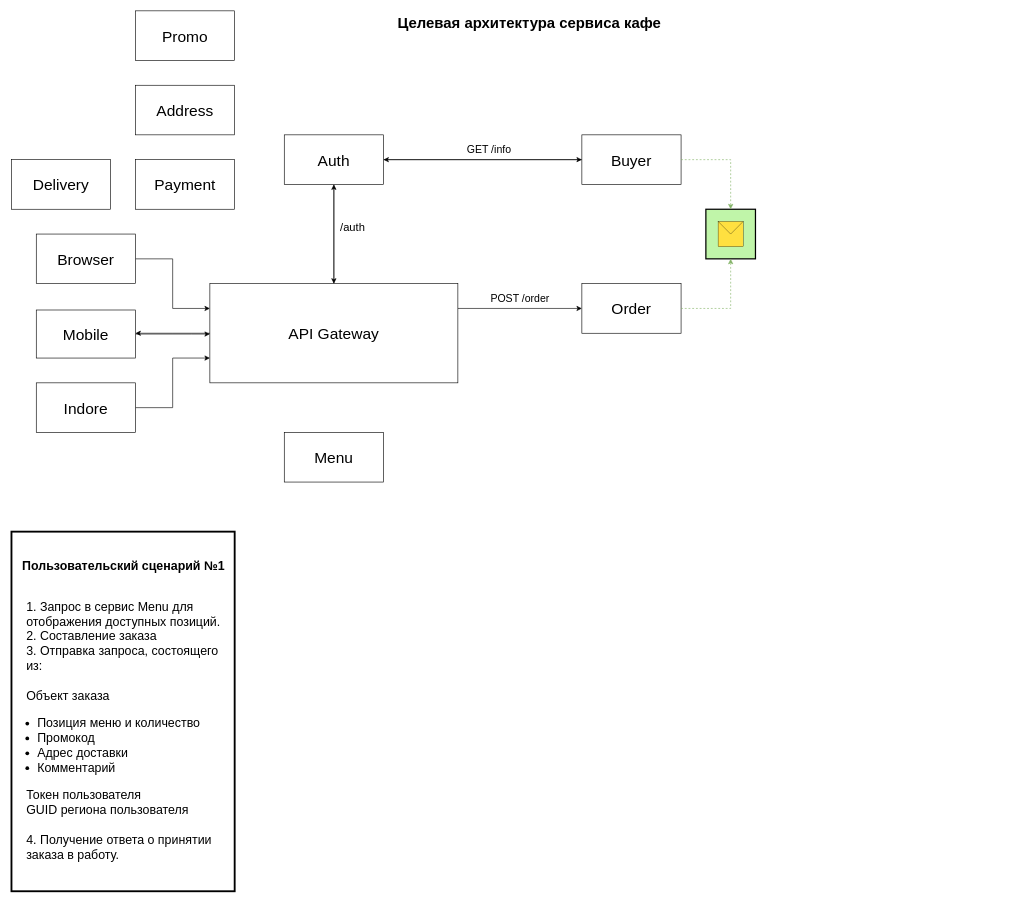
Iossarian/otus_microservice_architecture keeps this draw.io diagram as Диаграмма без названия.drawio. Above is the earlier version. Source tidied: cells renumbered, new cells numbered last; positions are measured from the earlier drawing's top-left corner, leaving out a move shared by most shapes. Both pictures are drawn from the tidied source at 62%, with x=0, y=0 at pixel (11, 11).
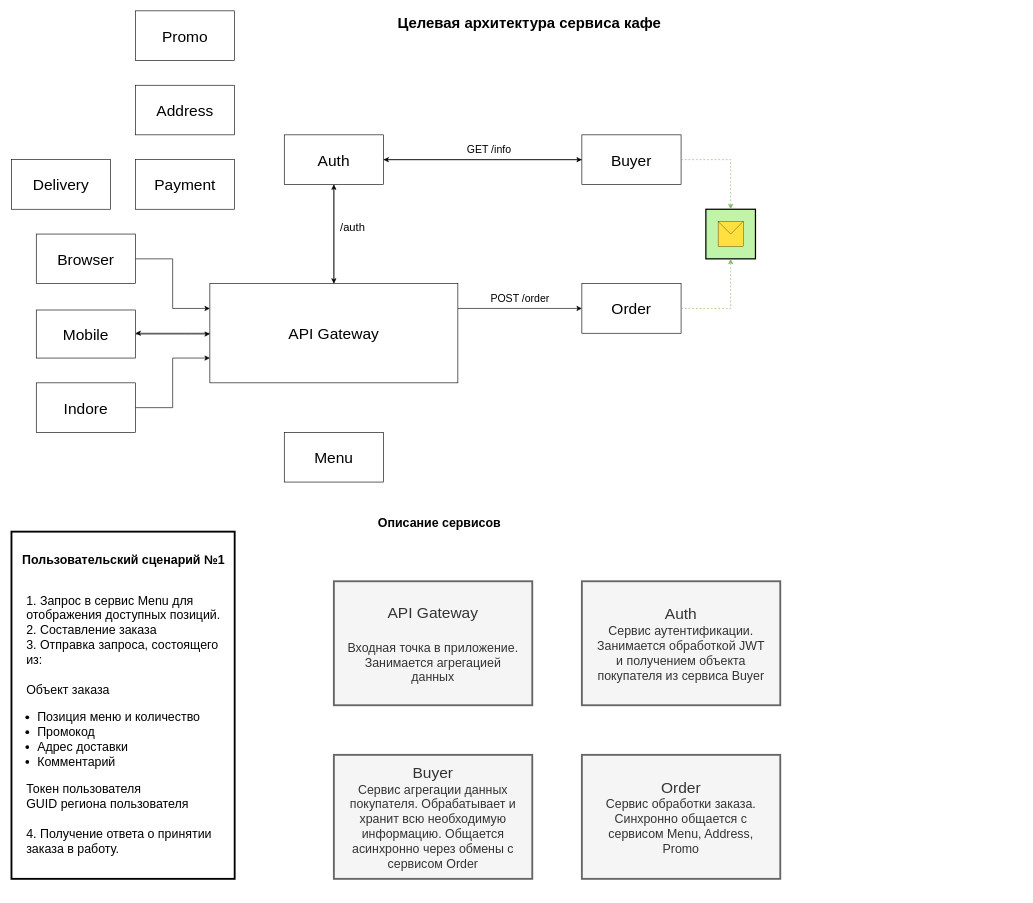
Above is the later version.

Diff of the diagram source:
```diff
@@
     <mxCell id="30" value="&lt;h1 style=&quot;text-align: center;&quot;&gt;&lt;span style=&quot;font-size: 20px;&quot;&gt;Пользовательский сценарий №1&lt;/span&gt;&lt;/h1&gt;&lt;div&gt;&lt;span style=&quot;font-size: 20px;&quot;&gt;&lt;br&gt;&lt;/span&gt;&lt;/div&gt;&lt;div style=&quot;&quot;&gt;&lt;span style=&quot;font-size: 20px;&quot;&gt;&amp;nbsp; &amp;nbsp; 1. Запрос в сервис Menu для&amp;nbsp; &amp;nbsp; &amp;nbsp; &amp;nbsp; &amp;nbsp; &amp;nbsp; &amp;nbsp; &amp;nbsp; отображения доступных позиций.&lt;/span&gt;&lt;/div&gt;&lt;div style=&quot;&quot;&gt;&lt;span style=&quot;font-size: 20px;&quot;&gt;&amp;nbsp; &amp;nbsp; 2. Составление заказа&lt;/span&gt;&lt;/div&gt;&lt;div style=&quot;&quot;&gt;&lt;span style=&quot;font-size: 20px;&quot;&gt;&amp;nbsp; &amp;nbsp; 3. Отправка запроса, состоящего&amp;nbsp; &amp;nbsp; &amp;nbsp; &amp;nbsp; из:&lt;br&gt;&lt;br&gt;&amp;nbsp; &amp;nbsp; Объект заказа&lt;br&gt;&lt;ul&gt;&lt;li&gt;&lt;span style=&quot;font-size: 20px;&quot;&gt;Позиция меню и количество&lt;/span&gt;&lt;/li&gt;&lt;li&gt;&lt;span style=&quot;font-size: 20px;&quot;&gt;Промокод&lt;/span&gt;&lt;/li&gt;&lt;li&gt;&lt;span style=&quot;font-size: 20px;&quot;&gt;Адрес доставки&lt;/span&gt;&lt;/li&gt;&lt;li&gt;&lt;span style=&quot;font-size: 20px;&quot;&gt;Комментарий&lt;/span&gt;&lt;/li&gt;&lt;/ul&gt;&lt;div&gt;&amp;nbsp; &amp;nbsp; Токен пользователя&lt;br&gt;&amp;nbsp; &amp;nbsp; GUID региона пользователя&lt;/div&gt;&lt;div&gt;&lt;br&gt;&lt;/div&gt;&lt;div&gt;&amp;nbsp; &amp;nbsp; 4. Получение ответа о принятии&amp;nbsp; &amp;nbsp; &amp;nbsp; &amp;nbsp; &amp;nbsp; заказа в работу.&lt;/div&gt;&lt;br&gt;&lt;/span&gt;&lt;/div&gt;" style="rounded=0;whiteSpace=wrap;html=1;perimeterSpacing=9;strokeWidth=3;align=left;" parent="1" vertex="1">
-      <mxGeometry y="840" width="360" height="580" as="geometry" />
+      <mxGeometry y="840" width="360" height="560" as="geometry" />
     </mxCell>
+    <mxCell id="31" value="&lt;h1&gt;&lt;font style=&quot;font-size: 20px;&quot;&gt;Описание сервисов&lt;/font&gt;&lt;/h1&gt;" style="text;html=1;align=center;verticalAlign=middle;strokeColor=none;fillColor=none;" parent="1" vertex="1">
+      <mxGeometry x="580" y="790" width="220" height="70" as="geometry" />
+    </mxCell>
+    <mxCell id="32" value="&lt;span style=&quot;font-size: 25px;&quot;&gt;API Gateway&lt;/span&gt;&lt;div&gt;&lt;span style=&quot;font-size: 25px;&quot;&gt;&lt;br&gt;&lt;/span&gt;&lt;/div&gt;&lt;div style=&quot;&quot;&gt;&lt;span style=&quot;font-size: 20px;&quot;&gt;Входная точка&lt;/span&gt;&lt;font style=&quot;font-size: 20px;&quot;&gt;&amp;nbsp;в приложение. Занимается агрегацией данных&lt;/font&gt;&lt;/div&gt;" style="rounded=0;whiteSpace=wrap;html=1;align=center;fixedWidth=0;perimeterSpacing=5;strokeWidth=3;fillColor=#f5f5f5;fontColor=#333333;strokeColor=#666666;spacingTop=10;spacing=10;spacingLeft=10;spacingBottom=10;spacingRight=10;" parent="1" vertex="1">
+      <mxGeometry x="520" y="920" width="320" height="200" as="geometry" />
+    </mxCell>
+    <mxCell id="33" value="&lt;div&gt;&lt;span style=&quot;font-size: 25px;&quot;&gt;Auth&lt;/span&gt;&lt;/div&gt;&lt;div style=&quot;&quot;&gt;&lt;span style=&quot;font-size: 20px;&quot;&gt;Сервис аутентификации. Занимается обработкой JWT и получением объекта покупателя из сервиса Buyer&lt;/span&gt;&lt;/div&gt;" style="rounded=0;whiteSpace=wrap;html=1;align=center;fixedWidth=0;perimeterSpacing=5;strokeWidth=3;fillColor=#f5f5f5;fontColor=#333333;strokeColor=#666666;spacingTop=10;spacing=10;spacingLeft=10;spacingBottom=10;spacingRight=10;" parent="1" vertex="1">
+      <mxGeometry x="920" y="920" width="320" height="200" as="geometry" />
+    </mxCell>
+    <mxCell id="34" value="&lt;div&gt;&lt;span style=&quot;font-size: 25px;&quot;&gt;Buyer&lt;/span&gt;&lt;/div&gt;&lt;div style=&quot;&quot;&gt;&lt;span style=&quot;font-size: 20px;&quot;&gt;Сервис агрегации данных покупателя. Обрабатывает и хранит всю необходимую информацию. Общается асинхронно через обмены с сервисом Order&lt;/span&gt;&lt;/div&gt;" style="rounded=0;whiteSpace=wrap;html=1;align=center;fixedWidth=0;perimeterSpacing=5;strokeWidth=3;fillColor=#f5f5f5;fontColor=#333333;strokeColor=#666666;spacingTop=10;spacing=10;spacingLeft=10;spacingBottom=10;spacingRight=10;" parent="1" vertex="1">
+      <mxGeometry x="520" y="1200" width="320" height="200" as="geometry" />
+    </mxCell>
+    <mxCell id="35" value="&lt;div&gt;&lt;span style=&quot;font-size: 25px;&quot;&gt;Order&lt;/span&gt;&lt;/div&gt;&lt;div style=&quot;&quot;&gt;&lt;span style=&quot;font-size: 20px;&quot;&gt;Сервис обработки заказа. Синхронно общается с сервисом Menu, Address, Promo&lt;/span&gt;&lt;/div&gt;" style="rounded=0;whiteSpace=wrap;html=1;align=center;fixedWidth=0;perimeterSpacing=5;strokeWidth=3;fillColor=#f5f5f5;fontColor=#333333;strokeColor=#666666;spacingTop=10;spacing=10;spacingLeft=10;spacingBottom=10;spacingRight=10;" parent="1" vertex="1">
+      <mxGeometry x="920" y="1200" width="320" height="200" as="geometry" />
+    </mxCell>
```
